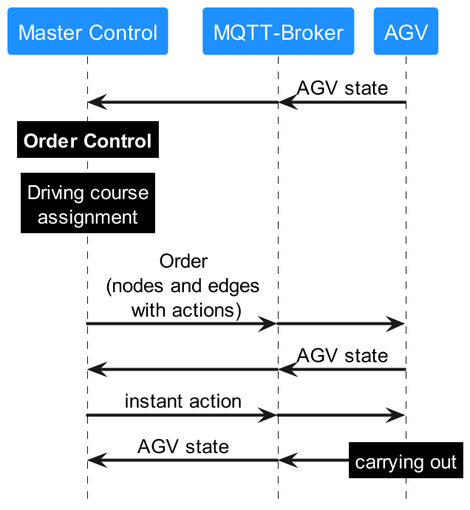
Earlier version of the PlantUML export assets/information_flow_VDA5050.png (VDA5050/VDA5050).
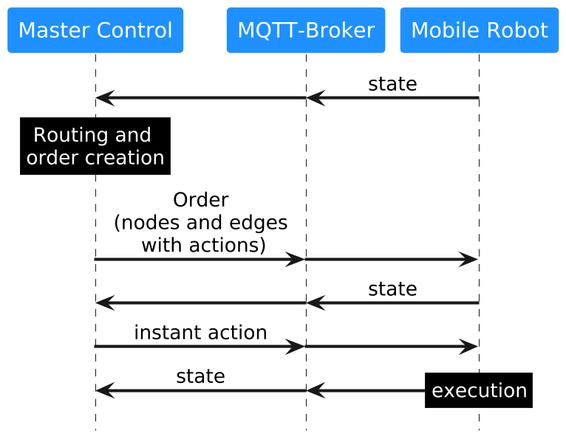
After the change.

Change to the diagram source:
```diff
@@ -10,36 +10,32 @@
 
 participant "Master Control" #dodgerblue
 participant "MQTT-Broker" #dodgerblue
-participant AGV #dodgerblue
+participant "Mobile Robot" #dodgerblue
 hide footbox
 
 
 
 
-"MQTT-Broker" <- AGV: AGV state
+"MQTT-Broker" <- "Mobile Robot": state
 &"Master Control" <- "MQTT-Broker":
 
 rnote over "Master Control" #black
-**Order Control**
-endrnote
-rnote over "Master Control" #black
-Driving course
-assignment
+Routing and
+order creation
 endrnote
 "Master Control" -> "MQTT-Broker": Order\n(nodes and edges\n with actions)
-& "MQTT-Broker" -> AGV
-"MQTT-Broker" <- AGV: AGV state
+& "MQTT-Broker" -> "Mobile Robot"
+"MQTT-Broker" <- "Mobile Robot": state
 &"Master Control" <- "MQTT-Broker":
 
 "Master Control" -> "MQTT-Broker": instant action
-& "MQTT-Broker" -> AGV
+& "MQTT-Broker" -> "Mobile Robot"
 
 
-"Master Control" <- "MQTT-Broker": AGV state
-& "MQTT-Broker" <- AGV
+"Master Control" <- "MQTT-Broker": state
+& "MQTT-Broker" <- "Mobile Robot"
 
-&rnote over "AGV" #black
-carrying out
+&rnote over "Mobile Robot" #black
+execution
 endrnote
-
 @enduml
```
